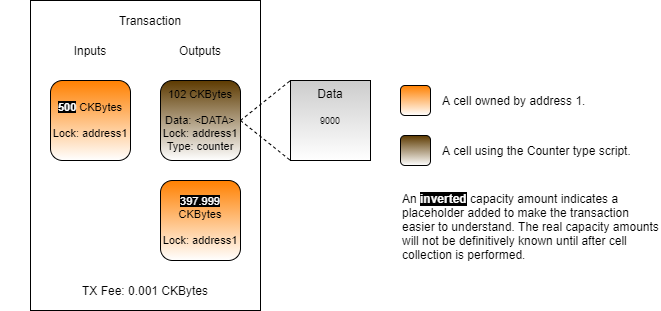
The draw.io diagram .gitbook/assets/create-transaction-structure (12).png in jordanmack/developer-training-course-documentation, before a commit. Source tidied: cells renumbered, new cells last; positions are measured from the earlier drawing's top-left corner, leaving out a move shared by most shapes.
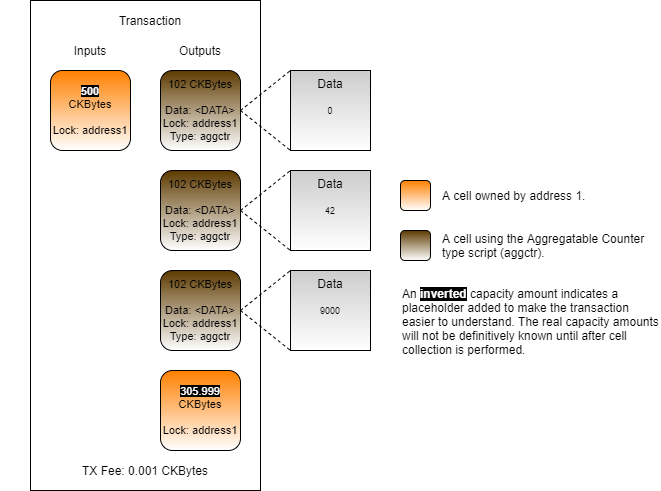
After the change.

Diff of the diagram source:
```diff
@@ -3,7 +3,7 @@
     <mxCell id="0" />
     <mxCell id="1" parent="0" />
     <mxCell id="2" style="rounded=0;whiteSpace=wrap;html=1;" parent="1" vertex="1">
-      <mxGeometry x="30" width="230" height="310" as="geometry" />
+      <mxGeometry x="30" width="230" height="490" as="geometry" />
     </mxCell>
     <mxCell id="3" value="Transaction" style="text;html=1;strokeColor=none;fillColor=none;align=center;verticalAlign=middle;whiteSpace=wrap;rounded=0;" parent="1" vertex="1">
       <mxGeometry y="10" width="300" height="20" as="geometry" />
@@ -15,34 +15,34 @@
       <mxGeometry x="165" y="40" width="70" height="20" as="geometry" />
     </mxCell>
     <mxCell id="6" value="TX Fee: 0.001 CKBytes" style="text;html=1;strokeColor=none;fillColor=none;align=center;verticalAlign=middle;whiteSpace=wrap;rounded=0;" parent="1" vertex="1">
-      <mxGeometry x="45" y="280" width="200" height="20" as="geometry" />
+      <mxGeometry x="45" y="460" width="200" height="20" as="geometry" />
     </mxCell>
-    <mxCell id="7" value="102 CKBytes&lt;br&gt;&lt;br&gt;Data: &amp;lt;DATA&amp;gt;&lt;br&gt;Lock: address1&lt;br&gt;Type: counter" style="rounded=1;whiteSpace=wrap;html=1;fontSize=11;gradientColor=#ffffff;fillColor=#5D3A00;" parent="1" vertex="1">
-      <mxGeometry x="160" y="80" width="80" height="80" as="geometry" />
+    <mxCell id="7" value="102 CKBytes&lt;br&gt;&lt;br&gt;Data: &amp;lt;DATA&amp;gt;&lt;br&gt;Lock: address1&lt;br&gt;Type: aggctr" style="rounded=1;whiteSpace=wrap;html=1;fontSize=11;gradientColor=#ffffff;fillColor=#5D3A00;" parent="1" vertex="1">
+      <mxGeometry x="160" y="70" width="80" height="80" as="geometry" />
     </mxCell>
-    <mxCell id="8" value="&lt;font color=&quot;#ffffff&quot;&gt;&lt;span style=&quot;background-color: rgb(0 , 0 , 0)&quot;&gt;&lt;b&gt;500&lt;/b&gt;&lt;/span&gt;&lt;/font&gt; CKBytes&lt;br&gt;&lt;br&gt;Lock: address1" style="rounded=1;whiteSpace=wrap;html=1;fontSize=11;gradientColor=#ffffff;fillColor=#FF8000;" parent="1" vertex="1">
-      <mxGeometry x="50" y="80" width="80" height="80" as="geometry" />
+    <mxCell id="8" value="&lt;b&gt;&lt;font style=&quot;background-color: rgb(0 , 0 , 0)&quot; color=&quot;#ffffff&quot;&gt;500&lt;/font&gt;&lt;/b&gt;&lt;br&gt;CKBytes&lt;br&gt;&lt;br&gt;Lock: address1" style="rounded=1;whiteSpace=wrap;html=1;fontSize=11;gradientColor=#ffffff;fillColor=#FF8000;" parent="1" vertex="1">
+      <mxGeometry x="50" y="70" width="80" height="80" as="geometry" />
     </mxCell>
-    <mxCell id="9" value="&lt;font color=&quot;#ffffff&quot; style=&quot;background-color: rgb(0 , 0 , 0)&quot;&gt;397.999&lt;/font&gt;&lt;br&gt;CKBytes&lt;br&gt;&lt;br&gt;Lock: address1" style="rounded=1;whiteSpace=wrap;html=1;fontSize=11;gradientColor=#ffffff;fillColor=#FF8000;rotation=0;" parent="1" vertex="1">
-      <mxGeometry x="160" y="180" width="80" height="80" as="geometry" />
+    <mxCell id="9" value="&lt;font color=&quot;#ffffff&quot; style=&quot;background-color: rgb(0 , 0 , 0)&quot;&gt;305.999&lt;/font&gt; CKBytes&lt;br&gt;&lt;br&gt;Lock: address1" style="rounded=1;whiteSpace=wrap;html=1;fontSize=11;gradientColor=#ffffff;fillColor=#FF8000;rotation=0;" parent="1" vertex="1">
+      <mxGeometry x="160" y="370" width="80" height="80" as="geometry" />
     </mxCell>
     <mxCell id="10" style="rounded=1;whiteSpace=wrap;html=1;gradientColor=#ffffff;fillColor=#5D3A00;" parent="1" vertex="1">
-      <mxGeometry x="400" y="135" width="30" height="30" as="geometry" />
+      <mxGeometry x="400" y="230" width="30" height="30" as="geometry" />
     </mxCell>
     <mxCell id="11" style="rounded=1;whiteSpace=wrap;html=1;gradientColor=#ffffff;fillColor=#FF8000;" parent="1" vertex="1">
-      <mxGeometry x="400" y="85" width="30" height="30" as="geometry" />
+      <mxGeometry x="400" y="180" width="30" height="30" as="geometry" />
     </mxCell>
     <mxCell id="12" value="A cell owned by address 1." style="text;html=1;strokeColor=none;fillColor=none;align=left;verticalAlign=middle;whiteSpace=wrap;rounded=0;dashed=1;" parent="1" vertex="1">
-      <mxGeometry x="440" y="90" width="220" height="20" as="geometry" />
+      <mxGeometry x="440" y="185" width="220" height="20" as="geometry" />
     </mxCell>
-    <mxCell id="13" value="A cell using the Counter type script." style="text;html=1;strokeColor=none;fillColor=none;align=left;verticalAlign=middle;whiteSpace=wrap;rounded=0;dashed=1;" parent="1" vertex="1">
-      <mxGeometry x="440" y="140" width="220" height="20" as="geometry" />
+    <mxCell id="13" value="A cell using the Aggregatable Counter type script (aggctr)." style="text;html=1;strokeColor=none;fillColor=none;align=left;verticalAlign=middle;whiteSpace=wrap;rounded=0;dashed=1;" parent="1" vertex="1">
+      <mxGeometry x="440" y="235" width="220" height="20" as="geometry" />
     </mxCell>
     <mxCell id="14" value="An&amp;nbsp;&lt;b&gt;&lt;font color=&quot;#ffffff&quot; style=&quot;background-color: rgb(0 , 0 , 0)&quot;&gt;inverted&lt;/font&gt;&lt;font color=&quot;#7f00ff&quot;&gt;&amp;nbsp;&lt;/font&gt;&lt;/b&gt;capacity amount indicates a placeholder added to make the transaction easier to understand. The real capacity amounts will not be definitively known until after cell collection is performed." style="text;html=1;strokeColor=none;fillColor=none;align=left;verticalAlign=top;whiteSpace=wrap;rounded=0;dashed=1;" parent="1" vertex="1">
-      <mxGeometry x="400" y="185" width="260" height="80" as="geometry" />
+      <mxGeometry x="400" y="280" width="260" height="80" as="geometry" />
     </mxCell>
     <mxCell id="15" value="&lt;div&gt;&lt;span&gt;Data&lt;/span&gt;&lt;/div&gt;" style="rounded=0;whiteSpace=wrap;html=1;gradientColor=#ffffff;fillColor=#CCCCCC;verticalAlign=top;align=center;" parent="1" vertex="1">
-      <mxGeometry x="290" y="80" width="80" height="80" as="geometry" />
+      <mxGeometry x="290" y="70" width="80" height="80" as="geometry" />
     </mxCell>
     <mxCell id="16" style="endArrow=none;dashed=1;html=1;exitX=1;exitY=0.5;exitDx=0;exitDy=0;entryX=0;entryY=0;entryDx=0;entryDy=0;" parent="1" edge="1" source="7" target="15">
       <mxGeometry relative="1" as="geometry" />
@@ -50,8 +50,38 @@
     <mxCell id="17" style="endArrow=none;dashed=1;html=1;exitX=1;exitY=0.5;exitDx=0;exitDy=0;entryX=0;entryY=1;entryDx=0;entryDy=0;" parent="1" edge="1" source="7" target="15">
       <mxGeometry relative="1" as="geometry" />
     </mxCell>
-    <mxCell id="18" value="9000" style="text;html=1;strokeColor=none;fillColor=none;align=center;verticalAlign=middle;whiteSpace=wrap;rounded=0;fontSize=9;" parent="1" vertex="1">
-      <mxGeometry x="305" y="105" width="50" height="30" as="geometry" />
+    <mxCell id="18" value="0" style="text;html=1;strokeColor=none;fillColor=none;align=center;verticalAlign=middle;whiteSpace=wrap;rounded=0;fontSize=9;" parent="1" vertex="1">
+      <mxGeometry x="305" y="95" width="50" height="30" as="geometry" />
     </mxCell>
+    <mxCell id="19" value="102 CKBytes&lt;br&gt;&lt;br&gt;Data: &amp;lt;DATA&amp;gt;&lt;br&gt;Lock: address1&lt;br&gt;Type: aggctr" style="rounded=1;whiteSpace=wrap;html=1;fontSize=11;gradientColor=#ffffff;fillColor=#5D3A00;" parent="1" vertex="1">
+      <mxGeometry x="160" y="170" width="80" height="80" as="geometry" />
+    </mxCell>
+    <mxCell id="20" value="&lt;div&gt;&lt;span&gt;Data&lt;/span&gt;&lt;/div&gt;" style="rounded=0;whiteSpace=wrap;html=1;gradientColor=#ffffff;fillColor=#CCCCCC;verticalAlign=top;align=center;" parent="1" vertex="1">
+      <mxGeometry x="290" y="170" width="80" height="80" as="geometry" />
+    </mxCell>
+    <mxCell id="21" style="endArrow=none;dashed=1;html=1;exitX=1;exitY=0.5;exitDx=0;exitDy=0;entryX=0;entryY=0;entryDx=0;entryDy=0;" parent="1" edge="1" source="19" target="20">
+      <mxGeometry relative="1" as="geometry" />
+    </mxCell>
+    <mxCell id="22" style="endArrow=none;dashed=1;html=1;exitX=1;exitY=0.5;exitDx=0;exitDy=0;entryX=0;entryY=1;entryDx=0;entryDy=0;" parent="1" edge="1" source="19" target="20">
+      <mxGeometry relative="1" as="geometry" />
+    </mxCell>
+    <mxCell id="23" value="42" style="text;html=1;strokeColor=none;fillColor=none;align=center;verticalAlign=middle;whiteSpace=wrap;rounded=0;fontSize=9;" parent="1" vertex="1">
+      <mxGeometry x="305" y="195" width="50" height="30" as="geometry" />
+    </mxCell>
+    <mxCell id="24" value="102 CKBytes&lt;br&gt;&lt;br&gt;Data: &amp;lt;DATA&amp;gt;&lt;br&gt;Lock: address1&lt;br&gt;Type: aggctr" style="rounded=1;whiteSpace=wrap;html=1;fontSize=11;gradientColor=#ffffff;fillColor=#5D3A00;" parent="1" vertex="1">
+      <mxGeometry x="160" y="270" width="80" height="80" as="geometry" />
+    </mxCell>
+    <mxCell id="25" value="&lt;div&gt;&lt;span&gt;Data&lt;/span&gt;&lt;/div&gt;" style="rounded=0;whiteSpace=wrap;html=1;gradientColor=#ffffff;fillColor=#CCCCCC;verticalAlign=top;align=center;" parent="1" vertex="1">
+      <mxGeometry x="290" y="270" width="80" height="80" as="geometry" />
+    </mxCell>
+    <mxCell id="26" style="endArrow=none;dashed=1;html=1;exitX=1;exitY=0.5;exitDx=0;exitDy=0;entryX=0;entryY=0;entryDx=0;entryDy=0;" parent="1" edge="1" source="24" target="25">
+      <mxGeometry relative="1" as="geometry" />
+    </mxCell>
+    <mxCell id="27" style="endArrow=none;dashed=1;html=1;exitX=1;exitY=0.5;exitDx=0;exitDy=0;entryX=0;entryY=1;entryDx=0;entryDy=0;" parent="1" edge="1" source="24" target="25">
+      <mxGeometry relative="1" as="geometry" />
+    </mxCell>
+    <mxCell id="28" value="9000" style="text;html=1;strokeColor=none;fillColor=none;align=center;verticalAlign=middle;whiteSpace=wrap;rounded=0;fontSize=9;" parent="1" vertex="1">
+      <mxGeometry x="305" y="295" width="50" height="30" as="geometry" />
+    </mxCell>
   </root>
 </mxGraphModel>
```
